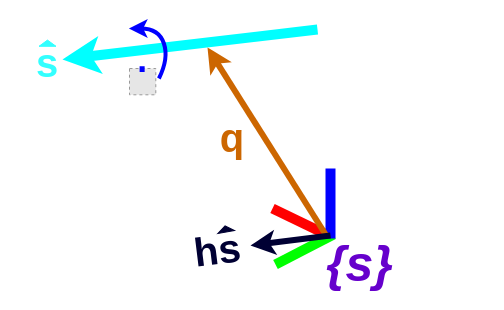
Earlier version of the draw.io diagram diagrams/description_of_a_screw.drawio (UTNuclearRoboticsPublic/closed_chain_affordance). Source tidied: cells renumbered, new cells numbered last; positions are measured from the earlier drawing's top-left corner, leaving out a move shared by most shapes. Both pictures are drawn from the tidied source at 100%, with x=0, y=0 at pixel (17, 28). Pictures stored in the file or linked from it are replaced by grey dashed boxes.
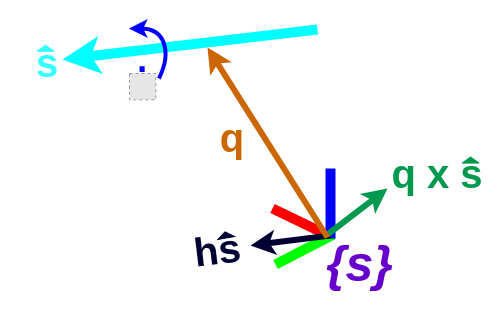
The same diagram, later.

Commit message (it also covers changes not shown here):
update screw description

The edit, as a diff of the source:
```diff
@@
     <mxCell id="10" style="fillColor=#E6E6E6;strokeColor=#999999;dashed=1;verticalLabelPosition=bottom;labelBackgroundColor=default;verticalAlign=top;rotation=0;" parent="1" vertex="1">
-      <mxGeometry x="112" y="40" width="26.3" height="26.3" as="geometry" />
+      <mxGeometry x="112" y="45" width="26.3" height="26.3" as="geometry" />
     </mxCell>
@@
     <mxCell id="13" style="triangle;whiteSpace=wrap;html=1;rotation=-90;strokeColor=#33FFFF;fillColor=#33FFFF;" parent="1" vertex="1">
-      <mxGeometry x="26.9" y="6.2" width="6.2" height="17" as="geometry" />
+      <mxGeometry x="24.9" y="11.2" width="6.2" height="17" as="geometry" />
     </mxCell>
-    <mxCell id="14" style="endArrow=classic;html=1;rounded=0;strokeWidth=6;strokeColor=#CC6600;" parent="1" edge="1">
-      <mxGeometry relative="1" as="geometry">
-        <mxPoint x="310" y="209" as="sourcePoint" />
-        <mxPoint x="190" y="19" as="targetPoint" />
-      </mxGeometry>
-    </mxCell>
@@
     <mxCell id="16" style="triangle;whiteSpace=wrap;html=1;rotation=-100;strokeColor=#000033;fillColor=#000033;" parent="1" vertex="1">
-      <mxGeometry x="205" y="192" width="6.2" height="17" as="geometry" />
+      <mxGeometry x="205" y="198" width="6.2" height="17" as="geometry" />
     </mxCell>
@@
+    <mxCell id="18" style="endArrow=classic;html=1;rounded=0;strokeWidth=6;strokeColor=#00994D;" parent="1" edge="1">
+      <mxGeometry relative="1" as="geometry">
+        <mxPoint x="310" y="206" as="sourcePoint" />
+        <mxPoint x="370" y="160" as="targetPoint" />
+      </mxGeometry>
+    </mxCell>
+    <mxCell id="14" style="endArrow=classic;html=1;rounded=0;strokeWidth=6;strokeColor=#CC6600;" parent="1" edge="1">
+      <mxGeometry relative="1" as="geometry">
+        <mxPoint x="310" y="209" as="sourcePoint" />
+        <mxPoint x="190" y="19" as="targetPoint" />
+      </mxGeometry>
+    </mxCell>
+    <mxCell id="19" value="&lt;font size=&quot;1&quot;&gt;&lt;b style=&quot;font-size: 40px;&quot;&gt;q x s&lt;/b&gt;&lt;/font&gt;" style="text;html=1;strokeColor=none;fillColor=none;align=center;verticalAlign=middle;whiteSpace=wrap;rounded=0;fontColor=#00994D;" parent="1" vertex="1">
+      <mxGeometry x="370" y="140" width="100" height="10" as="geometry" />
+    </mxCell>
+    <mxCell id="20" style="triangle;whiteSpace=wrap;html=1;rotation=-90;strokeColor=#00994D;fillColor=#00994D;" parent="1" vertex="1">
+      <mxGeometry x="450" y="123" width="6.2" height="17" as="geometry" />
+    </mxCell>
```
